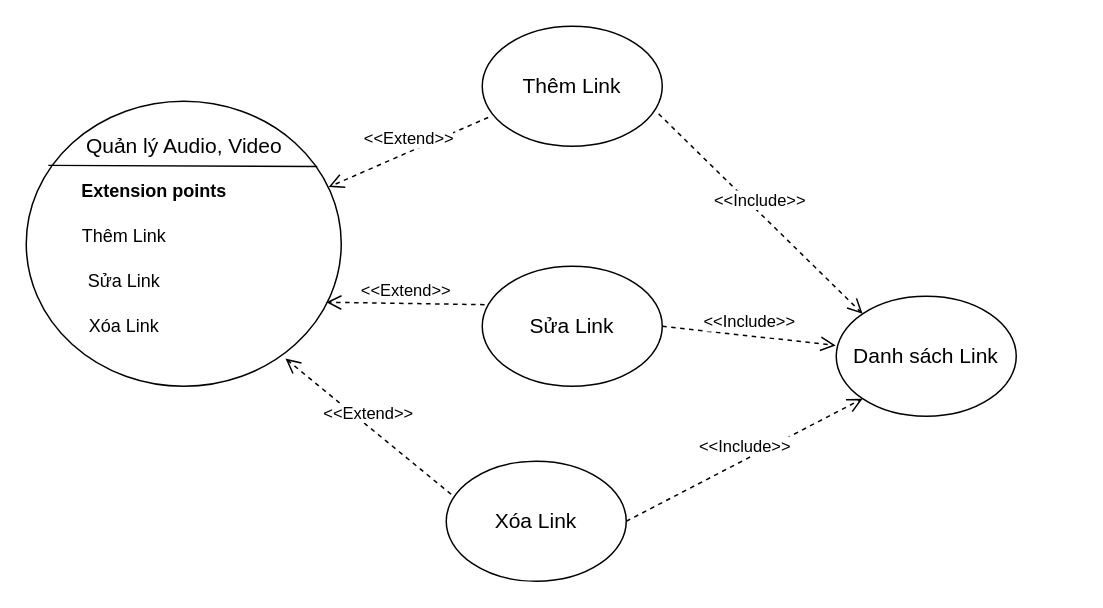
Thangvanle2000/dkt-learning keeps this draw.io diagram as Đề cương/Diagram/admin-audio.drawio. Above is the earlier version. Source tidied: cells renumbered, new cells numbered last; positions are measured from the earlier drawing's top-left corner, leaving out a move shared by most shapes. Both pictures are drawn from the tidied source at 150%, with x=0, y=0 at pixel (26, 26).
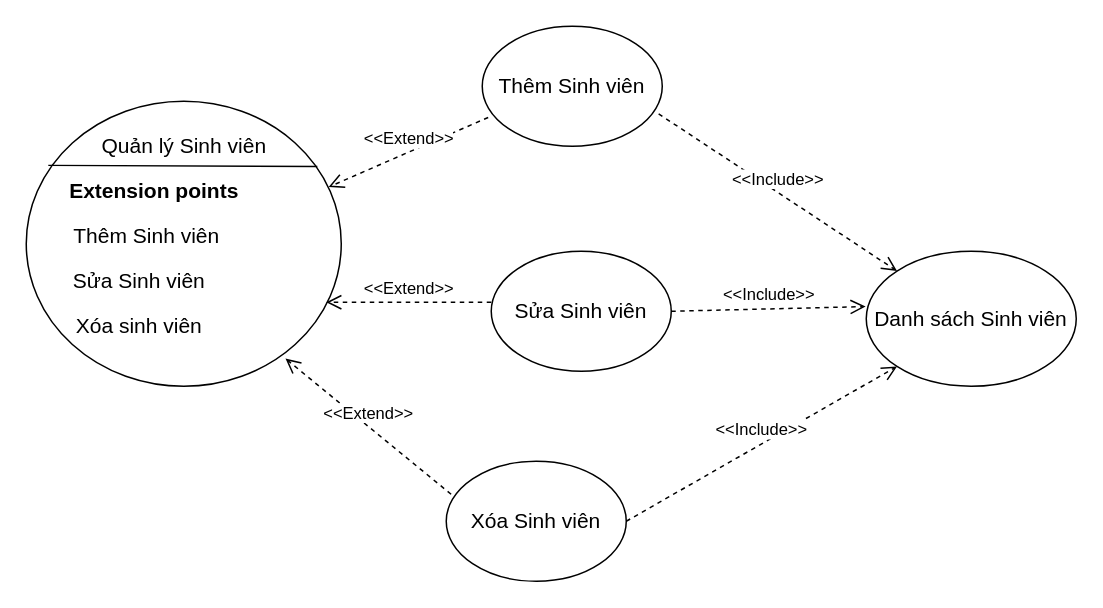
Above is the later version.

Change to the diagram source:
```diff
@@
 <mxGraphModel>
   <root>
     <mxCell id="0" />
     <mxCell id="1" parent="0" />
     <mxCell id="2" style="ellipse;whiteSpace=wrap;html=1;" parent="1" vertex="1">
       <mxGeometry y="50" width="210" height="190" as="geometry" />
     </mxCell>
     <mxCell id="3" style="endArrow=none;html=1;exitX=0.07;exitY=0.225;exitDx=0;exitDy=0;exitPerimeter=0;entryX=0.924;entryY=0.229;entryDx=0;entryDy=0;entryPerimeter=0;" parent="1" edge="1" source="2" target="2">
       <mxGeometry relative="1" as="geometry" />
     </mxCell>
-    <mxCell id="4" value="&lt;font style=&quot;font-size: 14px&quot;&gt;Quản lý Audio, Video&lt;/font&gt;" style="text;html=1;align=center;verticalAlign=middle;strokeColor=none;fillColor=none;" parent="1" vertex="1">
-      <mxGeometry x="30" y="70" width="150" height="20" as="geometry" />
+    <mxCell id="4" value="&lt;font style=&quot;font-size: 14px&quot;&gt;Quản lý Sinh viên&lt;/font&gt;" style="text;html=1;align=center;verticalAlign=middle;strokeColor=none;fillColor=none;" parent="1" vertex="1">
+      <mxGeometry x="40" y="70" width="130" height="20" as="geometry" />
     </mxCell>
-    <mxCell id="5" value="Thêm Link" style="text;html=1;align=center;verticalAlign=middle;strokeColor=none;fillColor=none;" parent="1" vertex="1">
-      <mxGeometry x="30" y="130" width="70" height="20" as="geometry" />
+    <mxCell id="5" value="&lt;font style=&quot;font-size: 14px&quot;&gt;Thêm Sinh viên&lt;/font&gt;" style="text;html=1;align=center;verticalAlign=middle;strokeColor=none;fillColor=none;" parent="1" vertex="1">
+      <mxGeometry x="25" y="130" width="110" height="20" as="geometry" />
     </mxCell>
-    <mxCell id="6" value="&lt;b&gt;Extension points&lt;/b&gt;" style="text;html=1;align=center;verticalAlign=middle;strokeColor=none;fillColor=none;" parent="1" vertex="1">
-      <mxGeometry x="30" y="100" width="110" height="20" as="geometry" />
+    <mxCell id="6" value="&lt;b&gt;&lt;font style=&quot;font-size: 14px&quot;&gt;Extension points&lt;/font&gt;&lt;/b&gt;" style="text;html=1;align=center;verticalAlign=middle;strokeColor=none;fillColor=none;" parent="1" vertex="1">
+      <mxGeometry x="20" y="100" width="130" height="20" as="geometry" />
     </mxCell>
-    <mxCell id="7" value="Sửa Link" style="text;html=1;align=center;verticalAlign=middle;strokeColor=none;fillColor=none;" parent="1" vertex="1">
-      <mxGeometry x="35" y="160" width="60" height="20" as="geometry" />
+    <mxCell id="7" value="&lt;font style=&quot;font-size: 14px&quot;&gt;Sửa Sinh viên&lt;/font&gt;" style="text;html=1;align=center;verticalAlign=middle;strokeColor=none;fillColor=none;" parent="1" vertex="1">
+      <mxGeometry x="25" y="160" width="100" height="20" as="geometry" />
     </mxCell>
-    <mxCell id="8" value="&lt;font style=&quot;font-size: 14px&quot;&gt;Thêm Link&lt;/font&gt;" style="ellipse;whiteSpace=wrap;html=1;" parent="1" vertex="1">
+    <mxCell id="8" value="&lt;font style=&quot;font-size: 14px&quot;&gt;Thêm Sinh viên&lt;/font&gt;" style="ellipse;whiteSpace=wrap;html=1;" parent="1" vertex="1">
       <mxGeometry x="304" width="120" height="80" as="geometry" />
     </mxCell>
-    <mxCell id="9" value="&lt;span style=&quot;font-size: 14px&quot;&gt;Sửa Link&lt;/span&gt;" style="ellipse;whiteSpace=wrap;html=1;" parent="1" vertex="1">
-      <mxGeometry x="304" y="160" width="120" height="80" as="geometry" />
+    <mxCell id="9" value="&lt;span style=&quot;font-size: 14px&quot;&gt;Sửa Sinh viên&lt;/span&gt;" style="ellipse;whiteSpace=wrap;html=1;" parent="1" vertex="1">
+      <mxGeometry x="310" y="150" width="120" height="80" as="geometry" />
     </mxCell>
-    <mxCell id="10" value="&lt;font style=&quot;font-size: 14px&quot;&gt;Danh sách Link&lt;/font&gt;" style="ellipse;whiteSpace=wrap;html=1;" parent="1" vertex="1">
-      <mxGeometry x="540" y="180" width="120" height="80" as="geometry" />
+    <mxCell id="10" value="&lt;font style=&quot;font-size: 14px&quot;&gt;Danh sách Sinh viên&lt;/font&gt;" style="ellipse;whiteSpace=wrap;html=1;" parent="1" vertex="1">
+      <mxGeometry x="560" y="150" width="140" height="90" as="geometry" />
     </mxCell>
     <mxCell id="11" value="&amp;lt;&amp;lt;Extend&amp;gt;&amp;gt;" style="html=1;verticalAlign=bottom;endArrow=open;dashed=1;endSize=8;exitX=0.033;exitY=0.76;exitDx=0;exitDy=0;exitPerimeter=0;entryX=0.96;entryY=0.301;entryDx=0;entryDy=0;entryPerimeter=0;" parent="1" edge="1" source="8" target="2">
       <mxGeometry relative="1" as="geometry" />
     </mxCell>
-    <mxCell id="12" value="&amp;lt;&amp;lt;Extend&amp;gt;&amp;gt;" style="html=1;verticalAlign=bottom;endArrow=open;dashed=1;endSize=8;exitX=0.013;exitY=0.32;exitDx=0;exitDy=0;exitPerimeter=0;" parent="1" edge="1" source="9">
+    <mxCell id="12" value="&amp;lt;&amp;lt;Extend&amp;gt;&amp;gt;" style="html=1;verticalAlign=bottom;endArrow=open;dashed=1;endSize=8;" parent="1" edge="1">
       <mxGeometry relative="1" as="geometry">
+        <mxPoint x="310" y="184" as="sourcePoint" />
         <mxPoint x="200" y="184" as="targetPoint" />
       </mxGeometry>
     </mxCell>
     <mxCell id="13" value="&amp;lt;&amp;lt;Include&amp;gt;&amp;gt;" style="html=1;verticalAlign=bottom;endArrow=open;dashed=1;endSize=8;entryX=-0.003;entryY=0.41;entryDx=0;entryDy=0;entryPerimeter=0;exitX=1;exitY=0.5;exitDx=0;exitDy=0;" parent="1" edge="1" source="9" target="10">
       <mxGeometry relative="1" as="geometry" />
     </mxCell>
-    <mxCell id="14" value="Xóa Link" style="text;html=1;align=center;verticalAlign=middle;strokeColor=none;fillColor=none;" parent="1" vertex="1">
-      <mxGeometry x="35" y="190" width="60" height="20" as="geometry" />
+    <mxCell id="14" value="&lt;font style=&quot;font-size: 14px&quot;&gt;Xóa sinh viên&lt;/font&gt;" style="text;html=1;align=center;verticalAlign=middle;strokeColor=none;fillColor=none;" parent="1" vertex="1">
+      <mxGeometry x="25" y="190" width="100" height="20" as="geometry" />
     </mxCell>
-    <mxCell id="15" value="&lt;font style=&quot;font-size: 14px&quot;&gt;Xóa Link&lt;/font&gt;" style="ellipse;whiteSpace=wrap;html=1;" parent="1" vertex="1">
+    <mxCell id="15" value="&lt;font style=&quot;font-size: 14px&quot;&gt;Xóa Sinh viên&lt;/font&gt;" style="ellipse;whiteSpace=wrap;html=1;" parent="1" vertex="1">
       <mxGeometry x="280" y="290" width="120" height="80" as="geometry" />
     </mxCell>
     <mxCell id="16" value="&amp;lt;&amp;lt;Extend&amp;gt;&amp;gt;" style="html=1;verticalAlign=bottom;endArrow=open;dashed=1;endSize=8;exitX=0.027;exitY=0.275;exitDx=0;exitDy=0;exitPerimeter=0;entryX=0.823;entryY=0.903;entryDx=0;entryDy=0;entryPerimeter=0;" parent="1" edge="1" source="15" target="2">
       <mxGeometry relative="1" as="geometry" />
     </mxCell>
     <mxCell id="17" value="&amp;lt;&amp;lt;Include&amp;gt;&amp;gt;" style="html=1;verticalAlign=bottom;endArrow=open;dashed=1;endSize=8;entryX=0;entryY=0;entryDx=0;entryDy=0;exitX=0.98;exitY=0.73;exitDx=0;exitDy=0;exitPerimeter=0;" parent="1" edge="1" source="8" target="10">
       <mxGeometry relative="1" as="geometry" />
     </mxCell>
     <mxCell id="18" value="&amp;lt;&amp;lt;Include&amp;gt;&amp;gt;" style="html=1;verticalAlign=bottom;endArrow=open;dashed=1;endSize=8;entryX=0;entryY=1;entryDx=0;entryDy=0;exitX=1;exitY=0.5;exitDx=0;exitDy=0;" parent="1" edge="1" source="15" target="10">
       <mxGeometry relative="1" as="geometry" />
     </mxCell>
   </root>
 </mxGraphModel>
```
